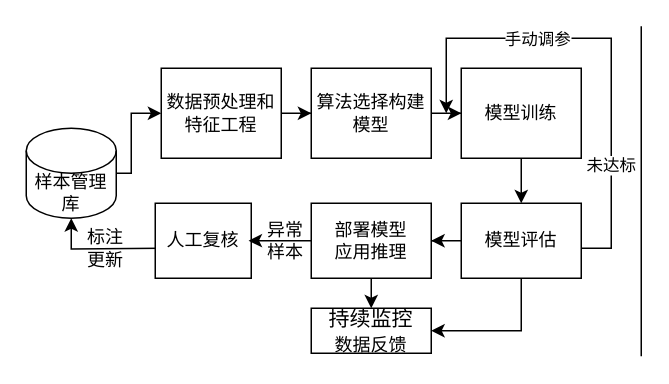
This is page "模型文档修改要求" (3 of 3) of MLops流程架构.drawio from paleblackless/diagrams, a draw.io file, before an edit. Source tidied: cells renumbered, new cells numbered last; positions are measured from the earlier drawing's top-left corner, leaving out a move shared by most shapes. Both pictures are drawn from the tidied source at 150%, with x=0, y=0 at pixel (26, 26).
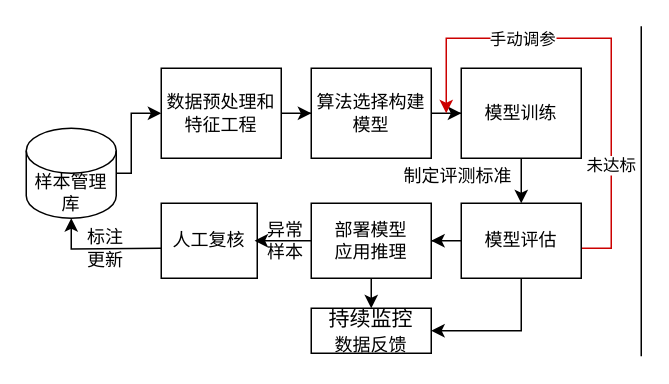
The same page after the edit.

Commit message (it also covers changes not shown here):
更新MLops流程架构.drawio

The change refers to these unchanged cells:
```xml
<mxCell id="13" value="模型评估" style="rounded=0;whiteSpace=wrap;html=1;" parent="1" vertex="1">
  <mxGeometry x="290" y="118" width="80" height="50" as="geometry" />
</mxCell>
```

Change to the diagram source:
```diff
@@
-    <mxCell id="8" style="edgeStyle=orthogonalEdgeStyle;rounded=0;jettySize=auto;html=1;exitX=1;exitY=0.5;exitDx=0;exitDy=0;" parent="1" edge="1" source="13">
+    <mxCell id="8" style="edgeStyle=orthogonalEdgeStyle;rounded=0;jettySize=auto;html=1;exitX=1;exitY=0.5;exitDx=0;exitDy=0;strokeColor=#CC0000;" parent="1" edge="1" source="13">
       <mxGeometry relative="1" as="geometry">
         <mxPoint x="280" y="58" as="targetPoint" />
         <Array as="points">
           <mxPoint x="390" y="148" />
           <mxPoint x="390" y="8" />
           <mxPoint x="280" y="8" />
         </Array>
       </mxGeometry>
     </mxCell>
     <mxCell id="9" value="手动调参" style="edgeLabel;html=1;align=center;verticalAlign=middle;" parent="8" vertex="1">
-      <mxGeometry x="0.32" relative="1" as="geometry" />
+      <mxGeometry x="0.32" relative="1" as="geometry">
+        <mxPoint x="-10" as="offset" />
+      </mxGeometry>
     </mxCell>
@@
     <mxCell id="22" value="人工复核" style="rounded=0;whiteSpace=wrap;html=1;" parent="1" vertex="1">
-      <mxGeometry x="86" y="118" width="64" height="50" as="geometry" />
+      <mxGeometry x="90" y="118" width="64" height="50" as="geometry" />
     </mxCell>
@@
+    <mxCell id="25" value="制定评测标准" style="text;html=1;strokeColor=none;fillColor=none;align=center;verticalAlign=middle;whiteSpace=wrap;rounded=0;" parent="1" vertex="1">
+      <mxGeometry x="248" y="90" width="80" height="20" as="geometry" />
+    </mxCell>
```
